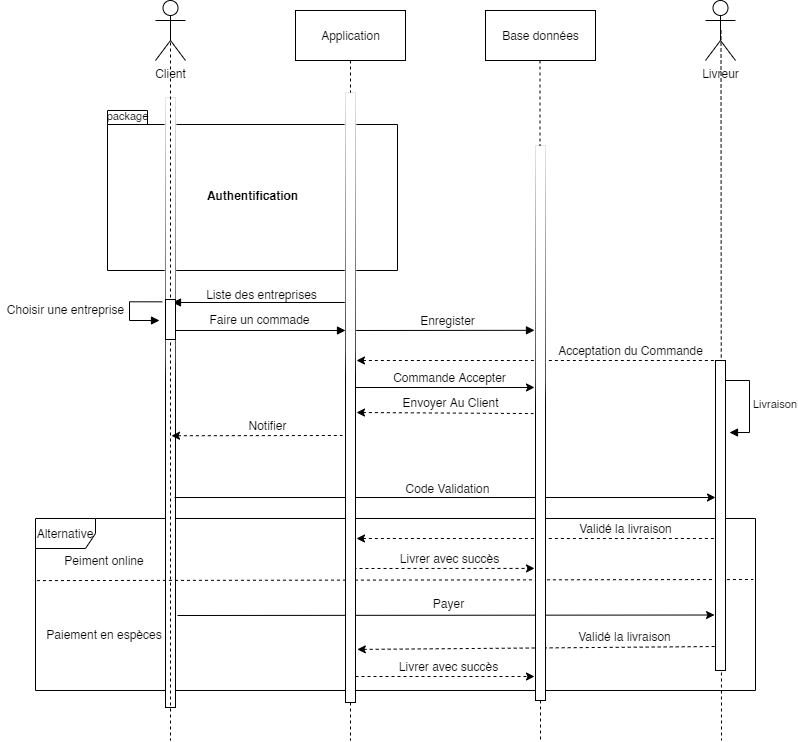
fuel-delivery/documentation keeps this draw.io diagram as Concept/commande(sequence).png. Above is the earlier version. Source tidied: cells renumbered, new cells last; positions are measured from the earlier drawing's top-left corner, leaving out a move shared by most shapes.
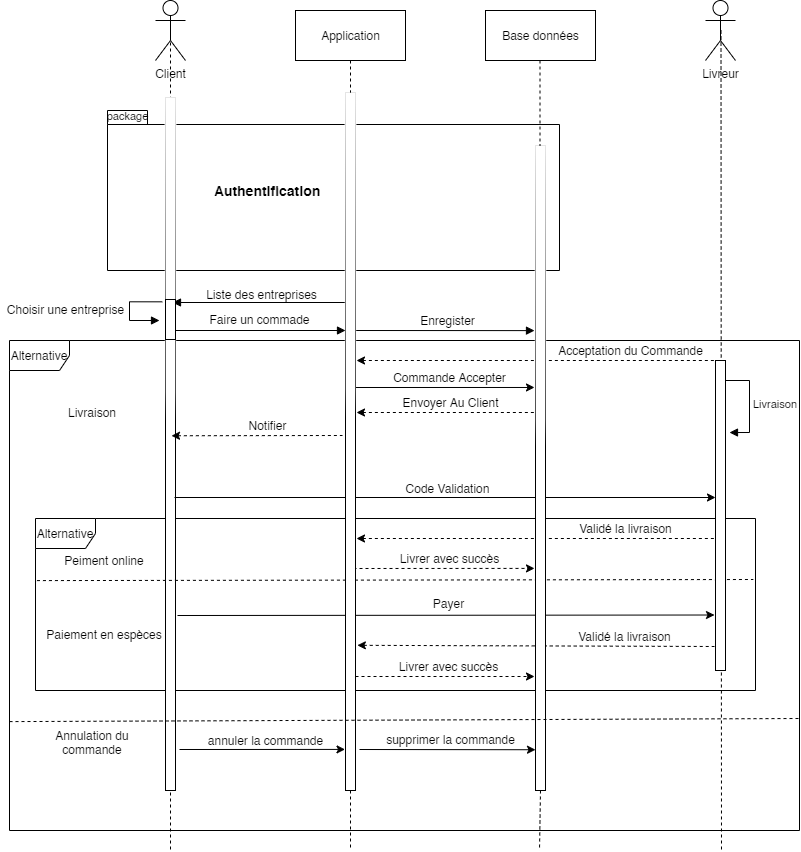
Later version of the same file.

Diff of the diagram source:
```diff
@@ -2,18 +2,27 @@
   <root>
     <mxCell id="0" />
     <mxCell id="1" parent="0" />
+    <mxCell id="8" style="rounded=0;orthogonalLoop=1;jettySize=auto;html=1;dashed=1;endArrow=none;endFill=0;" parent="1" edge="1">
+      <mxGeometry relative="1" as="geometry">
+        <mxPoint x="170" y="90" as="sourcePoint" />
+        <mxPoint x="170" y="850" as="targetPoint" />
+      </mxGeometry>
+    </mxCell>
+    <mxCell id="53" value="Alternative" style="shape=umlFrame;whiteSpace=wrap;html=1;swimlaneFillColor=none;fillColor=none;" parent="1" vertex="1">
+      <mxGeometry x="9" y="340" width="790" height="490" as="geometry" />
+    </mxCell>
-    <mxCell id="2" value="Authentification" style="shape=folder;fontStyle=1;spacingTop=10;tabWidth=40;tabHeight=14;tabPosition=left;html=1;gradientColor=none;fillColor=none;" parent="1" vertex="1">
-      <mxGeometry x="107" y="110" width="290" height="160" as="geometry" />
+    <mxCell id="2" style="shape=folder;fontStyle=1;spacingTop=10;tabWidth=40;tabHeight=14;tabPosition=left;html=1;gradientColor=none;fillColor=none;" parent="1" vertex="1">
+      <mxGeometry x="107" y="110" width="452" height="160" as="geometry" />
     </mxCell>
     <mxCell id="3" value="Alternative" style="shape=umlFrame;whiteSpace=wrap;html=1;swimlaneFillColor=none;fillColor=none;" parent="1" vertex="1">
       <mxGeometry x="35" y="518" width="720" height="172" as="geometry" />
     </mxCell>
     <mxCell id="4" style="html=1;perimeter=orthogonalPerimeter;glass=1;gradientColor=none;fillColor=#FFFFFF;" parent="1" vertex="1">
-      <mxGeometry x="165" y="97" width="10" height="610" as="geometry" />
+      <mxGeometry x="165" y="97" width="10" height="693" as="geometry" />
     </mxCell>
     <mxCell id="5" style="rounded=0;jettySize=auto;html=1;exitX=0.5;exitY=1;exitDx=0;exitDy=0;endArrow=none;endFill=0;dashed=1;" parent="1" edge="1" source="41">
       <mxGeometry relative="1" as="geometry">
-        <mxPoint x="350" y="740" as="targetPoint" />
+        <mxPoint x="350" y="850" as="targetPoint" />
       </mxGeometry>
     </mxCell>
     <mxCell id="6" value="Application" style="html=1;fillColor=none;" parent="1" vertex="1">
@@ -22,12 +31,6 @@
     <mxCell id="7" value="Base données" style="html=1;fillColor=none;" parent="1" vertex="1">
       <mxGeometry x="485" y="10" width="110" height="50" as="geometry" />
     </mxCell>
-    <mxCell id="8" style="rounded=0;orthogonalLoop=1;jettySize=auto;html=1;dashed=1;endArrow=none;endFill=0;" parent="1" edge="1">
-      <mxGeometry relative="1" as="geometry">
-        <mxPoint x="170" y="90" as="sourcePoint" />
-        <mxPoint x="170" y="740" as="targetPoint" />
-      </mxGeometry>
-    </mxCell>
     <mxCell id="9" value="Client" style="shape=umlActor;verticalLabelPosition=bottom;verticalAlign=top;html=1;" parent="1" vertex="1">
       <mxGeometry x="155" width="30" height="60" as="geometry" />
     </mxCell>
@@ -36,13 +39,13 @@
     </mxCell>
     <mxCell id="11" style="rounded=0;jettySize=auto;html=1;exitX=0.5;exitY=1;exitDx=0;exitDy=0;endArrow=none;endFill=0;dashed=1;" parent="1" edge="1" source="43">
       <mxGeometry relative="1" as="geometry">
-        <mxPoint x="540" y="740" as="targetPoint" />
+        <mxPoint x="539" y="850" as="targetPoint" />
       </mxGeometry>
     </mxCell>
     <mxCell id="12" style="rounded=0;orthogonalLoop=1;jettySize=auto;html=1;exitX=0.5;exitY=0.5;exitDx=0;exitDy=0;exitPerimeter=0;dashed=1;endArrow=none;endFill=0;" parent="1" edge="1">
       <mxGeometry relative="1" as="geometry">
         <mxPoint x="720.5" y="30" as="sourcePoint" />
-        <mxPoint x="721" y="740" as="targetPoint" />
+        <mxPoint x="721" y="850" as="targetPoint" />
       </mxGeometry>
     </mxCell>
     <mxCell id="13" style="endArrow=none;startArrow=block;endFill=0;startFill=1;html=1;" parent="1" edge="1">
@@ -54,7 +57,7 @@
     <mxCell id="14" value="Liste des entreprises" style="text;html=1;align=center;verticalAlign=middle;" parent="1" vertex="1">
       <mxGeometry x="196" y="284" width="130" height="20" as="geometry" />
     </mxCell>
-    <mxCell id="15" style="endArrow=block;startArrow=none;endFill=1;startFill=0;html=1;entryX=-0.1;entryY=0.333;entryDx=0;entryDy=0;entryPerimeter=0;" parent="1" edge="1" target="43">
+    <mxCell id="15" style="endArrow=block;startArrow=none;endFill=1;startFill=0;html=1;entryX=-0.1;entryY=0.287;entryDx=0;entryDy=0;entryPerimeter=0;" parent="1" edge="1" target="43">
       <mxGeometry relative="1" as="geometry">
         <mxPoint x="350" y="330" as="sourcePoint" />
       </mxGeometry>
@@ -116,7 +119,7 @@
     <mxCell id="28" value="Livrer avec succès" style="text;html=1;align=center;verticalAlign=middle;" parent="1" vertex="1">
       <mxGeometry x="394" y="548" width="110" height="20" as="geometry" />
     </mxCell>
-    <mxCell id="29" style="endArrow=none;startArrow=classic;endFill=0;startFill=1;html=1;dashed=1;entryX=-0.2;entryY=0.483;entryDx=0;entryDy=0;entryPerimeter=0;" parent="1" edge="1" target="43">
+    <mxCell id="29" style="endArrow=none;startArrow=classic;endFill=0;startFill=1;html=1;dashed=1;" parent="1" edge="1" target="43">
       <mxGeometry relative="1" as="geometry">
         <mxPoint x="356" y="412" as="sourcePoint" />
       </mxGeometry>
@@ -130,9 +133,10 @@
     <mxCell id="32" value="Paiement en espèces" style="text;html=1;strokeColor=none;fillColor=none;align=center;verticalAlign=middle;whiteSpace=wrap;rounded=0;" parent="1" vertex="1">
       <mxGeometry x="39" y="622" width="130" height="24" as="geometry" />
     </mxCell>
-    <mxCell id="33" style="endArrow=none;startArrow=classic;endFill=0;startFill=1;html=1;dashed=1;exitX=1.182;exitY=0.913;exitDx=0;exitDy=0;exitPerimeter=0;" parent="1" edge="1" source="41">
+    <mxCell id="33" style="endArrow=none;startArrow=classic;endFill=0;startFill=1;html=1;dashed=1;exitX=1.586;exitY=0.792;exitDx=0;exitDy=0;exitPerimeter=0;" parent="1" edge="1">
       <mxGeometry relative="1" as="geometry">
-        <mxPoint x="718" y="646" as="targetPoint" />
+        <mxPoint x="356.9" y="644.8" as="sourcePoint" />
+        <mxPoint x="714" y="646" as="targetPoint" />
       </mxGeometry>
     </mxCell>
     <mxCell id="34" value="Validé la livraison" style="text;html=1;align=center;verticalAlign=middle;" parent="1" vertex="1">
@@ -168,13 +172,13 @@
       </mxGeometry>
     </mxCell>
     <mxCell id="41" style="html=1;points=[];perimeter=orthogonalPerimeter;glass=1;gradientColor=none;fillColor=#FFFFFF;" parent="1" vertex="1">
-      <mxGeometry x="345" y="92" width="10" height="610" as="geometry" />
+      <mxGeometry x="345" y="92" width="10" height="698" as="geometry" />
     </mxCell>
     <mxCell id="42" style="rounded=0;jettySize=auto;html=1;exitX=0.5;exitY=1;exitDx=0;exitDy=0;endArrow=none;endFill=0;dashed=1;" parent="1" edge="1" source="6" target="41">
       <mxGeometry relative="1" as="geometry" />
     </mxCell>
     <mxCell id="43" style="html=1;points=[];perimeter=orthogonalPerimeter;glass=1;gradientColor=none;fillColor=#FFFFFF;" parent="1" vertex="1">
-      <mxGeometry x="535" y="145" width="10" height="555" as="geometry" />
+      <mxGeometry x="535" y="145" width="10" height="645" as="geometry" />
     </mxCell>
     <mxCell id="44" style="rounded=0;jettySize=auto;html=1;exitX=0.5;exitY=1;exitDx=0;exitDy=0;endArrow=none;endFill=0;dashed=1;" parent="1" edge="1" target="43">
       <mxGeometry relative="1" as="geometry">
@@ -222,5 +226,38 @@
     <mxCell id="52" style="html=1;perimeter=orthogonalPerimeter;gradientColor=none;fontSize=11;fillColor=#FFFFFF;" parent="1" vertex="1">
       <mxGeometry x="715" y="360" width="10" height="310" as="geometry" />
     </mxCell>
+    <mxCell id="54" style="endArrow=none;endFill=0;endSize=12;html=1;exitX=0.002;exitY=0.509;exitDx=0;exitDy=0;exitPerimeter=0;dashed=1;" parent="1" edge="1">
+      <mxGeometry relative="1" as="geometry">
+        <mxPoint x="9" y="721.1" as="sourcePoint" />
+        <mxPoint x="799" y="718" as="targetPoint" />
+      </mxGeometry>
+    </mxCell>
+    <mxCell id="55" value="Livraison" style="text;html=1;strokeColor=none;fillColor=none;align=center;verticalAlign=middle;whiteSpace=wrap;rounded=0;" parent="1" vertex="1">
+      <mxGeometry x="27" y="400" width="130" height="24" as="geometry" />
+    </mxCell>
+    <mxCell id="56" value="Annulation du commande" style="text;html=1;strokeColor=none;fillColor=none;align=center;verticalAlign=middle;whiteSpace=wrap;rounded=0;" parent="1" vertex="1">
+      <mxGeometry x="27" y="730" width="130" height="24" as="geometry" />
+    </mxCell>
+    <mxCell id="57" style="endArrow=classic;startArrow=none;endFill=1;startFill=0;html=1;entryX=0.2;entryY=0.762;entryDx=0;entryDy=0;entryPerimeter=0;" parent="1" edge="1">
+      <mxGeometry relative="1" as="geometry">
+        <mxPoint x="179" y="749" as="sourcePoint" />
+        <mxPoint x="344.5" y="748.9" as="targetPoint" />
+      </mxGeometry>
+    </mxCell>
+    <mxCell id="58" value="annuler la commande" style="text;html=1;align=center;verticalAlign=middle;" parent="1" vertex="1">
+      <mxGeometry x="199.5" y="730" width="130" height="20" as="geometry" />
+    </mxCell>
+    <mxCell id="59" style="endArrow=classic;startArrow=none;endFill=1;startFill=0;html=1;entryX=0.2;entryY=0.762;entryDx=0;entryDy=0;entryPerimeter=0;" parent="1" edge="1">
+      <mxGeometry relative="1" as="geometry">
+        <mxPoint x="359" y="749" as="sourcePoint" />
+        <mxPoint x="535" y="749.2" as="targetPoint" />
+      </mxGeometry>
+    </mxCell>
+    <mxCell id="60" value="supprimer la commande" style="text;html=1;align=center;verticalAlign=middle;" parent="1" vertex="1">
+      <mxGeometry x="380" y="729.3" width="140" height="20" as="geometry" />
+    </mxCell>
+    <mxCell id="61" value="&lt;b style=&quot;font-size: 14px;&quot;&gt;Authentification&lt;/b&gt;" style="text;html=1;strokeColor=none;fillColor=none;align=center;verticalAlign=middle;whiteSpace=wrap;rounded=0;fontSize=14;" parent="1" vertex="1">
+      <mxGeometry x="202" y="178" width="130" height="24" as="geometry" />
+    </mxCell>
   </root>
 </mxGraphModel>
```
